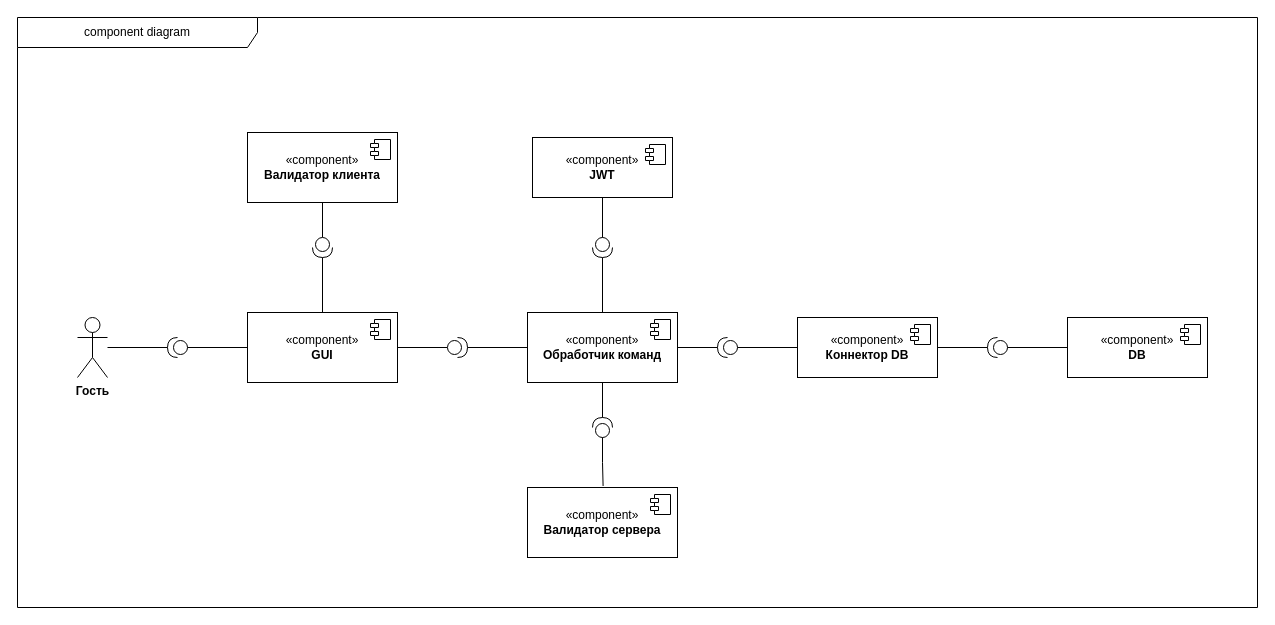
The draw.io diagram Задание_4/Диаграммы/component.drawio in Nochoooo/micro_engineering, before the edit. Source tidied: cells renumbered, new cells numbered last; positions are measured from the earlier drawing's top-left corner, leaving out a move shared by most shapes. Both pictures are drawn from the tidied source at 100%, with x=0, y=0 at pixel (17, 17).
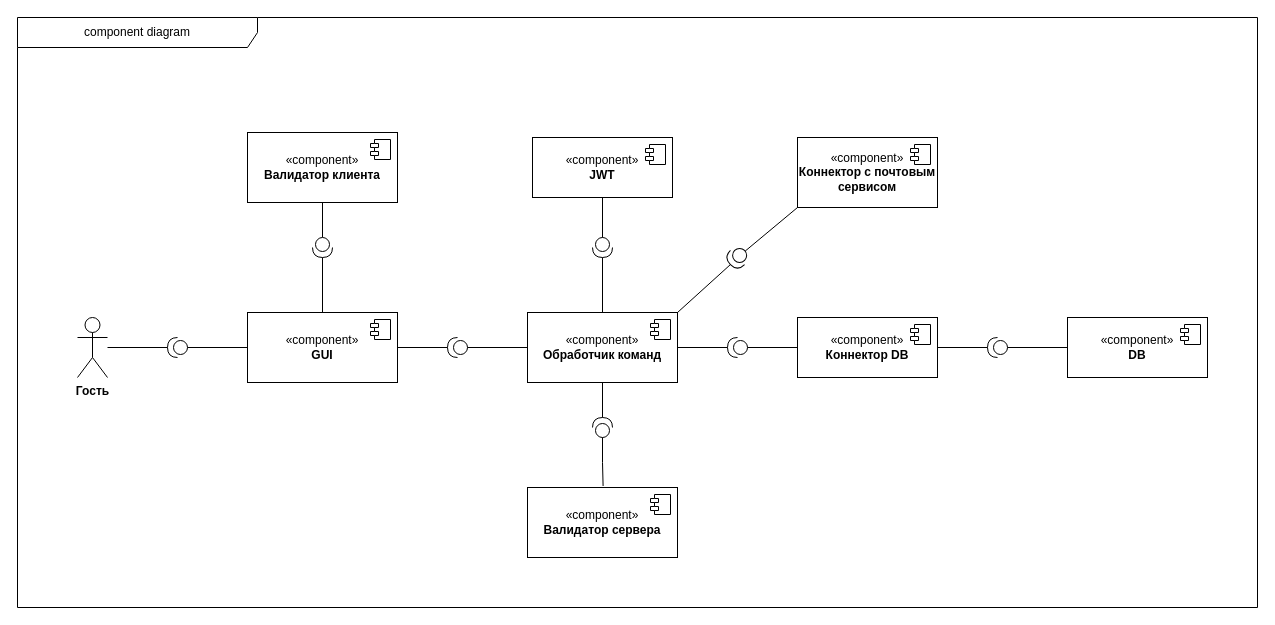
The same diagram, later.

The change refers to these unchanged cells:
```xml
<mxCell id="2" value="&lt;div&gt;«component»&lt;br&gt;&lt;/div&gt;&lt;b&gt;Коннектор DB&lt;/b&gt;" style="html=1;whiteSpace=wrap;" parent="1" vertex="1">
  <mxGeometry x="780" y="300" width="140" height="60" as="geometry" />
</mxCell>
<mxCell id="4" value="&lt;div&gt;«component»&lt;br&gt;&lt;/div&gt;&lt;b&gt;GUI&lt;/b&gt;" style="html=1;whiteSpace=wrap;" parent="1" vertex="1">
  <mxGeometry x="230" y="295" width="150" height="70" as="geometry" />
</mxCell>
<mxCell id="9" value="component diagram" style="shape=umlFrame;whiteSpace=wrap;html=1;width=240;height=30;" parent="1" vertex="1">
  <mxGeometry width="1240" height="590" as="geometry" />
</mxCell>
<mxCell id="24" value="&lt;div&gt;«component»&lt;br&gt;&lt;/div&gt;&lt;b&gt;Обработчик команд&lt;/b&gt;" style="html=1;whiteSpace=wrap;" parent="1" vertex="1">
  <mxGeometry x="510" y="295" width="150" height="70" as="geometry" />
</mxCell>
```

Change to the diagram source:
```diff
@@
-    <mxCell id="6" style="edgeStyle=orthogonalEdgeStyle;rounded=0;jettySize=auto;html=1;endArrow=none;endFill=0;entryX=1;entryY=0.5;entryDx=0;entryDy=0;exitX=0;exitY=0.5;exitDx=0;exitDy=0;exitPerimeter=0;" parent="1" edge="1" source="7" target="4">
+    <mxCell id="6" style="edgeStyle=orthogonalEdgeStyle;rounded=0;jettySize=auto;html=1;endArrow=none;endFill=0;entryX=1;entryY=0.5;entryDx=0;entryDy=0;exitX=1;exitY=0.5;exitDx=0;exitDy=0;exitPerimeter=0;" parent="1" edge="1" source="7" target="4">
       <mxGeometry relative="1" as="geometry" />
     </mxCell>
-    <mxCell id="7" style="shape=providedRequiredInterface;html=1;verticalLabelPosition=bottom;sketch=0;direction=south;rotation=-90;" parent="1" vertex="1">
+    <mxCell id="7" style="shape=providedRequiredInterface;html=1;verticalLabelPosition=bottom;sketch=0;direction=south;rotation=90;" parent="1" vertex="1">
       <mxGeometry x="430" y="320" width="20" height="20" as="geometry" />
     </mxCell>
-    <mxCell id="8" style="rounded=0;jettySize=auto;html=1;endArrow=none;endFill=0;exitX=0;exitY=0.5;exitDx=0;exitDy=0;entryX=1;entryY=0.5;entryDx=0;entryDy=0;entryPerimeter=0;" parent="1" edge="1" target="7">
+    <mxCell id="8" style="rounded=0;orthogonalLoop=1;jettySize=auto;html=1;endArrow=none;endFill=0;exitX=0;exitY=0.5;exitDx=0;exitDy=0;" parent="1" edge="1">
       <mxGeometry relative="1" as="geometry">
         <mxPoint x="510" y="330" as="sourcePoint" />
+        <mxPoint x="450" y="330" as="targetPoint" />
       </mxGeometry>
     </mxCell>
@@
+    <mxCell id="39" value="&lt;div&gt;«component»&lt;br&gt;&lt;/div&gt;&lt;div&gt;&lt;b&gt;Коннектор с почтовым сервисом&lt;/b&gt;&lt;/div&gt;" style="html=1;whiteSpace=wrap;" parent="9" vertex="1">
+      <mxGeometry x="780" y="120" width="140" height="70" as="geometry" />
+    </mxCell>
+    <mxCell id="40" style="shape=module;jettyWidth=8;jettyHeight=4;" parent="39" vertex="1">
+      <mxGeometry x="1" width="20" height="20" relative="1" as="geometry">
+        <mxPoint x="-27" y="7" as="offset" />
+      </mxGeometry>
+    </mxCell>
+    <mxCell id="41" style="shape=providedRequiredInterface;html=1;verticalLabelPosition=bottom;sketch=0;direction=south;rotation=45;" parent="9" vertex="1">
+      <mxGeometry x="710" y="230" width="20" height="20" as="geometry" />
+    </mxCell>
+    <mxCell id="42" style="rounded=0;jettySize=auto;html=1;entryX=0;entryY=1;entryDx=0;entryDy=0;endArrow=none;endFill=0;" parent="9" edge="1" source="41" target="39">
+      <mxGeometry relative="1" as="geometry" />
+    </mxCell>
+    <mxCell id="16" style="shape=providedRequiredInterface;html=1;verticalLabelPosition=bottom;sketch=0;direction=south;rotation=90;" parent="9" vertex="1">
+      <mxGeometry x="710" y="320" width="20" height="20" as="geometry" />
+    </mxCell>
@@
-    <mxCell id="16" style="shape=providedRequiredInterface;html=1;verticalLabelPosition=bottom;sketch=0;direction=south;rotation=90;" parent="1" vertex="1">
-      <mxGeometry x="700" y="320" width="20" height="20" as="geometry" />
-    </mxCell>
     <mxCell id="17" style="rounded=0;jettySize=auto;html=1;endArrow=none;endFill=0;exitX=0;exitY=0.5;exitDx=0;exitDy=0;" parent="1" edge="1" source="2">
       <mxGeometry relative="1" as="geometry">
-        <mxPoint x="720" y="330" as="targetPoint" />
+        <mxPoint x="730" y="330" as="targetPoint" />
       </mxGeometry>
     </mxCell>
@@
+    <mxCell id="43" style="rounded=0;jettySize=auto;html=1;endArrow=none;endFill=0;entryX=1;entryY=0.5;entryDx=0;entryDy=0;entryPerimeter=0;exitX=1;exitY=0;exitDx=0;exitDy=0;" parent="1" edge="1" source="24" target="41">
+      <mxGeometry relative="1" as="geometry" />
+    </mxCell>
```
